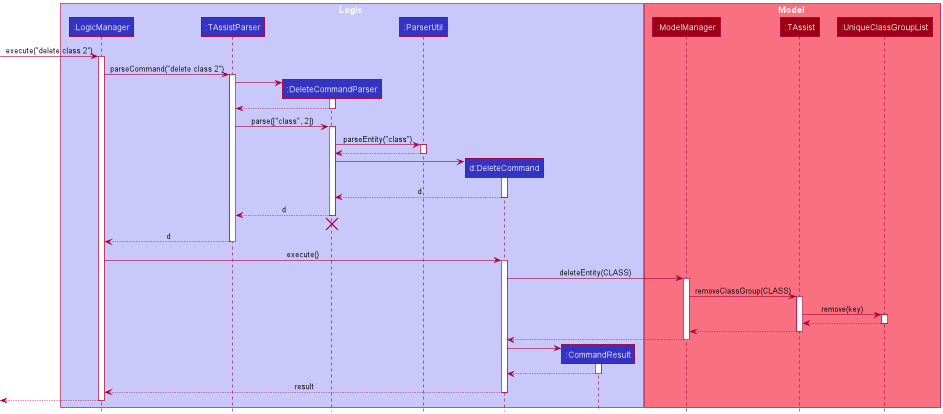
Earlier version of the PlantUML export docs/images/DeleteSequenceDiagram.png (nus-cs2103-AY2122S2/tp). Source of this version:
```plantuml
@startuml
!include style.puml

box Logic LOGIC_COLOR_T1
participant ":LogicManager" as LogicManager LOGIC_COLOR
participant ":TAssistParser" as TAssistParser LOGIC_COLOR
participant ":DeleteCommandParser" as DeleteCommandParser LOGIC_COLOR
participant ":ParserUtil" as ParserUtil LOGIC_COLOR
participant "d:DeleteCommand" as DeleteCommand LOGIC_COLOR
participant ":CommandResult" as CommandResult LOGIC_COLOR
end box

box Model MODEL_COLOR_T1
participant ":ModelManager" as ModelManager MODEL_COLOR
participant ":TAssist" as TAssist MODEL_COLOR
participant ":UniqueClassGroupList" as UniqueClassGroupList MODEL_COLOR
end box

[-> LogicManager : execute("delete class 2")
activate LogicManager

LogicManager -> TAssistParser : parseCommand("delete class 2")
activate TAssistParser

create DeleteCommandParser
TAssistParser -> DeleteCommandParser
activate DeleteCommandParser

DeleteCommandParser --> TAssistParser
deactivate DeleteCommandParser

TAssistParser -> DeleteCommandParser : parse(["class", 2])
activate DeleteCommandParser

DeleteCommandParser -> ParserUtil : parseEntity("class")
activate ParserUtil

ParserUtil --> DeleteCommandParser
deactivate ParserUtil

create DeleteCommand
DeleteCommandParser -> DeleteCommand
activate DeleteCommand

DeleteCommand --> DeleteCommandParser : d
deactivate DeleteCommand

DeleteCommandParser --> TAssistParser : d
deactivate DeleteCommandParser
DeleteCommandParser -[hidden]-> TAssistParser
destroy DeleteCommandParser

TAssistParser --> LogicManager : d
deactivate TAssistParser

LogicManager -> DeleteCommand : execute()
activate DeleteCommand

DeleteCommand -> ModelManager : deleteEntity(CLASS)
activate ModelManager

ModelManager -> TAssist : removeClassGroup(CLASS)
activate TAssist

TAssist -> UniqueClassGroupList : remove(key)
activate UniqueClassGroupList

UniqueClassGroupList --> TAssist
deactivate UniqueClassGroupList

TAssist --> ModelManager
deactivate TAssist

ModelManager --> DeleteCommand
deactivate ModelManager

create CommandResult
DeleteCommand -> CommandResult
activate CommandResult

CommandResult --> DeleteCommand
deactivate CommandResult

DeleteCommand --> LogicManager : result
deactivate DeleteCommand

[<--LogicManager
deactivate LogicManager
@enduml
```
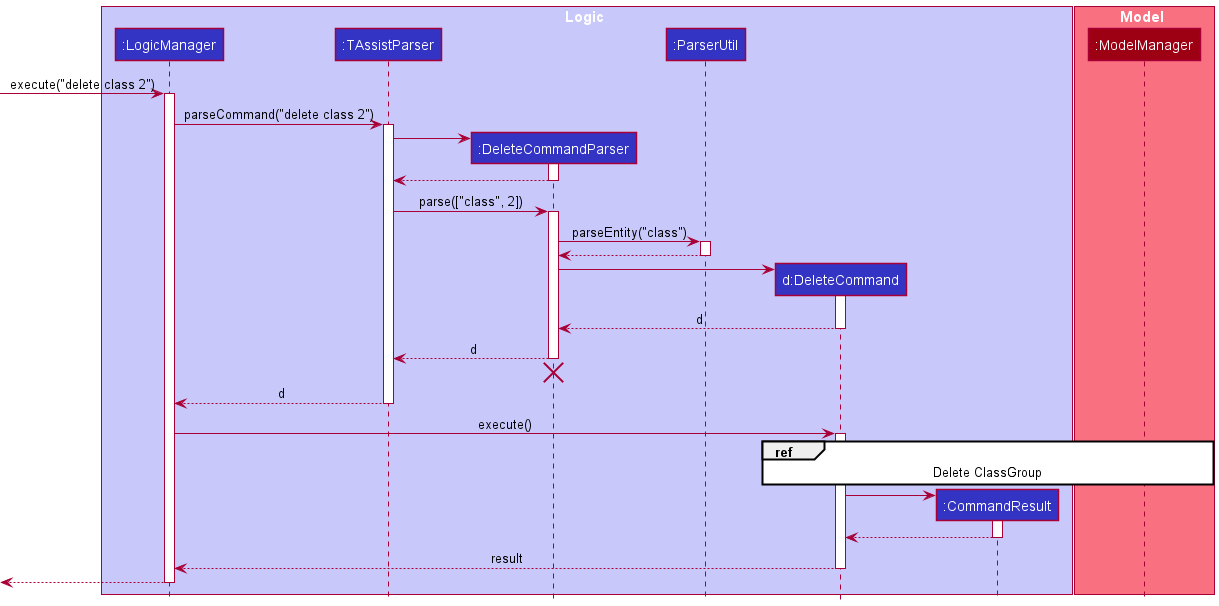
Above is the later version.

Commit message:
Update add and delete sequence diagrams

Diff of the diagram source:
```diff
@@ -12,8 +12,6 @@
 
 box Model MODEL_COLOR_T1
 participant ":ModelManager" as ModelManager MODEL_COLOR
-participant ":TAssist" as TAssist MODEL_COLOR
-participant ":UniqueClassGroupList" as UniqueClassGroupList MODEL_COLOR
 end box
 
 [-> LogicManager : execute("delete class 2")
@@ -56,23 +54,7 @@
 LogicManager -> DeleteCommand : execute()
 activate DeleteCommand
 
-DeleteCommand -> ModelManager : deleteEntity(CLASS)
-activate ModelManager
-
-ModelManager -> TAssist : removeClassGroup(CLASS)
-activate TAssist
-
-TAssist -> UniqueClassGroupList : remove(key)
-activate UniqueClassGroupList
-
-UniqueClassGroupList --> TAssist
-deactivate UniqueClassGroupList
-
-TAssist --> ModelManager
-deactivate TAssist
-
-ModelManager --> DeleteCommand
-deactivate ModelManager
+ref over DeleteCommand, ModelManager : Delete ClassGroup
 
 create CommandResult
 DeleteCommand -> CommandResult
```
